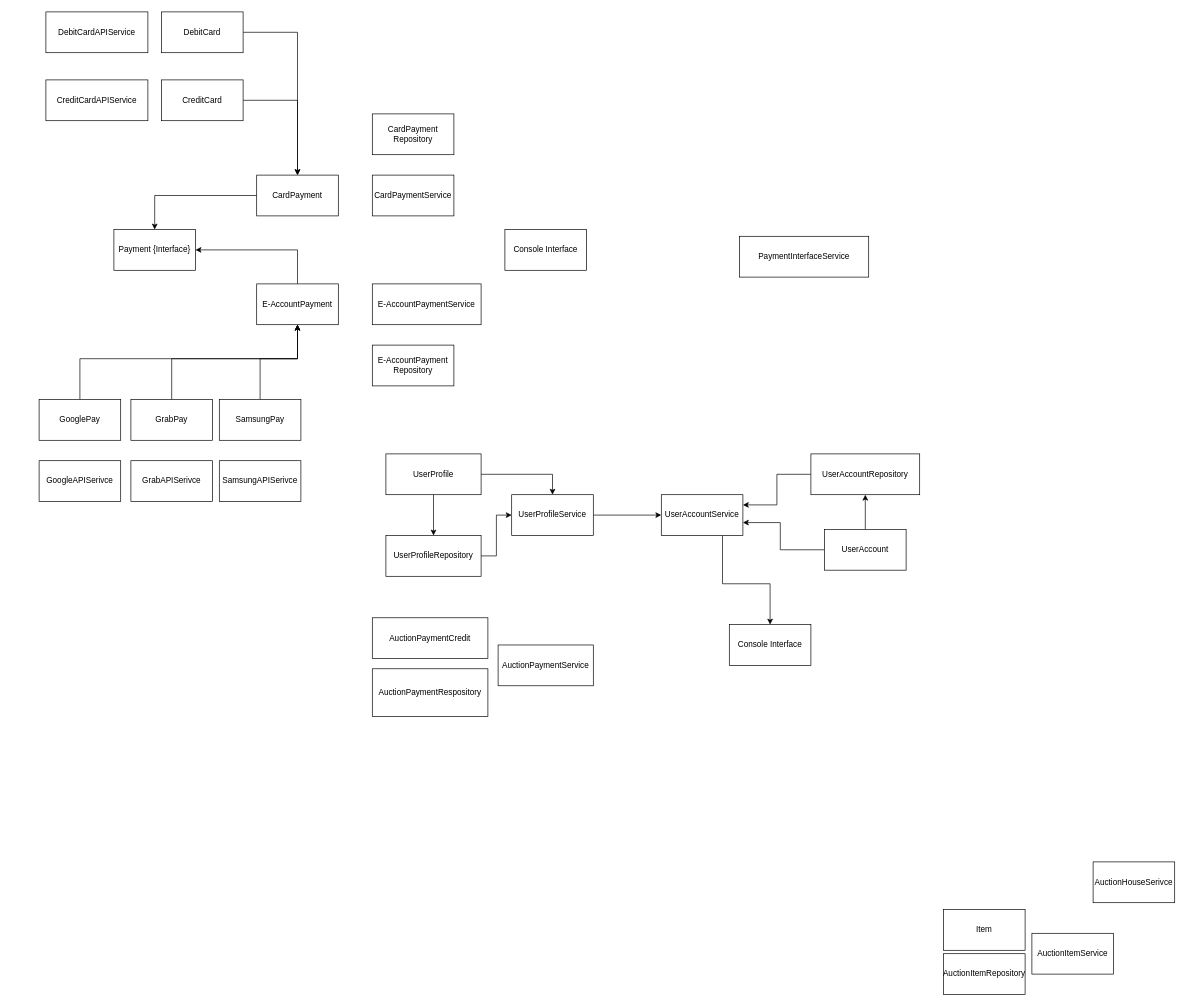
Above: page "Page-1" (1 of 2) of solid_principles/AuctionHouse.drawio in csyviroy/java-programming (draw.io), before the change. Source tidied: cells renumbered, new cells numbered last; positions are measured from the earlier drawing's top-left corner, leaving out a move shared by most shapes. Both pictures are drawn from the tidied source at 68%, with x=0, y=0 at pixel (39, 12).
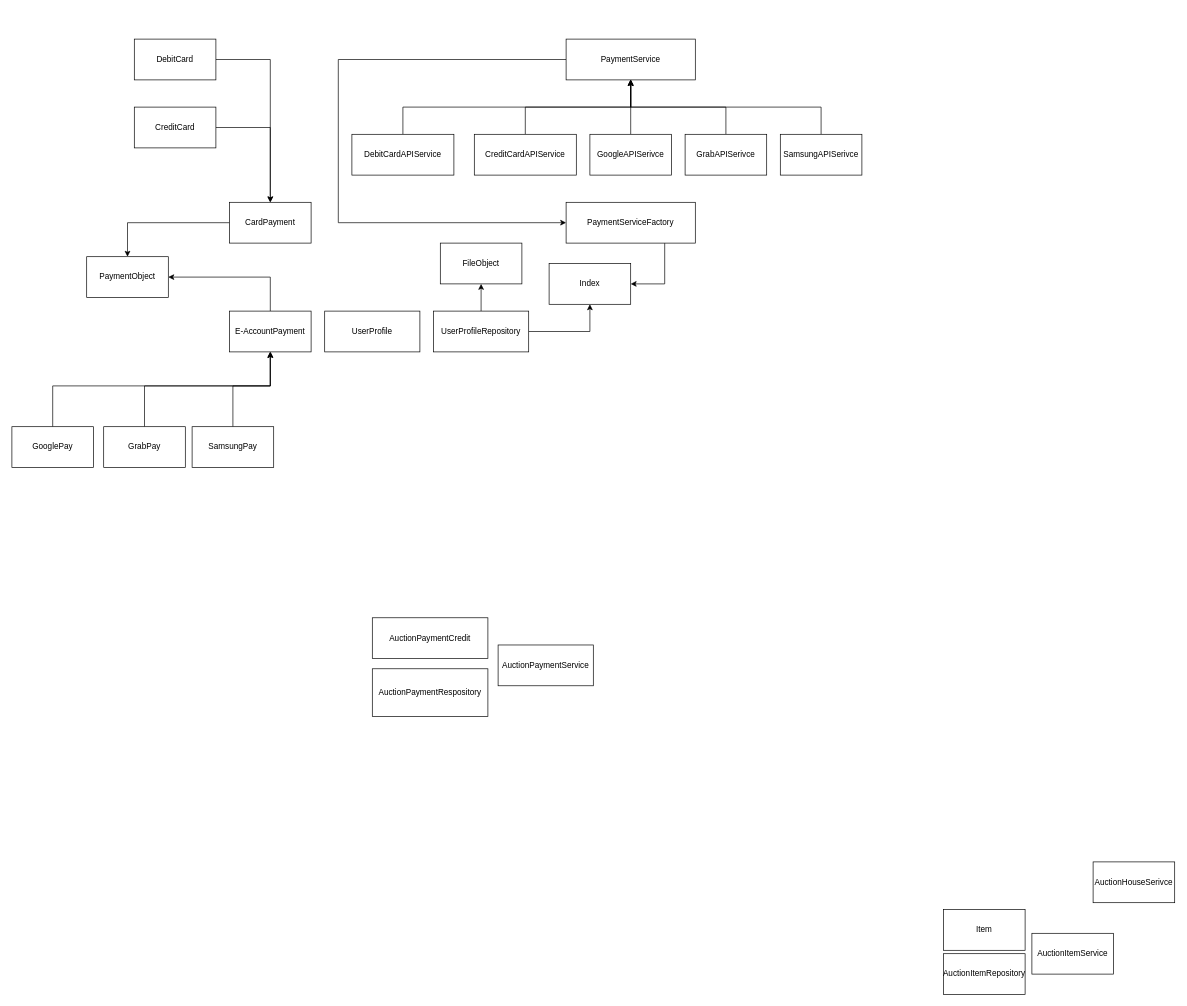
Above is the later version.

Diff of the diagram source:
```diff
@@
-    <mxCell id="2" style="edgeStyle=orthogonalEdgeStyle;rounded=0;jettySize=auto;html=1;entryX=0.5;entryY=0;entryDx=0;entryDy=0;" parent="1" edge="1" source="4" target="17">
-      <mxGeometry relative="1" as="geometry" />
-    </mxCell>
-    <mxCell id="3" style="edgeStyle=orthogonalEdgeStyle;rounded=0;jettySize=auto;html=1;entryX=0.5;entryY=0;entryDx=0;entryDy=0;" parent="1" edge="1" source="4" target="6">
-      <mxGeometry relative="1" as="geometry" />
-    </mxCell>
     <mxCell id="4" value="UserProfile" style="rounded=0;whiteSpace=wrap;html=1;" parent="1" vertex="1">
-      <mxGeometry x="510" y="650" width="140" height="60" as="geometry" />
+      <mxGeometry x="420" y="440" width="140" height="60" as="geometry" />
     </mxCell>
-    <mxCell id="5" style="edgeStyle=orthogonalEdgeStyle;rounded=0;jettySize=auto;html=1;entryX=0;entryY=0.5;entryDx=0;entryDy=0;startArrow=none;startFill=0;endArrow=classic;endFill=1;" parent="1" edge="1" source="6" target="12">
-      <mxGeometry relative="1" as="geometry" />
-    </mxCell>
-    <mxCell id="6" value="UserProfileService" style="rounded=0;whiteSpace=wrap;html=1;" parent="1" vertex="1">
-      <mxGeometry x="695" y="710" width="120" height="60" as="geometry" />
-    </mxCell>
@@
-    <mxCell id="11" style="edgeStyle=orthogonalEdgeStyle;rounded=0;jettySize=auto;html=1;" parent="1" edge="1" source="12" target="21">
-      <mxGeometry relative="1" as="geometry">
-        <Array as="points">
-          <mxPoint x="1005" y="841" />
-          <mxPoint x="1075" y="841" />
-        </Array>
-      </mxGeometry>
-    </mxCell>
-    <mxCell id="12" value="UserAccountService" style="whiteSpace=wrap;html=1;" parent="1" vertex="1">
-      <mxGeometry x="915" y="710" width="120" height="60" as="geometry" />
-    </mxCell>
@@
-    <mxCell id="16" style="edgeStyle=orthogonalEdgeStyle;rounded=0;jettySize=auto;html=1;" parent="1" edge="1" source="17" target="6">
-      <mxGeometry relative="1" as="geometry" />
-    </mxCell>
+    <mxCell id="50" style="edgeStyle=orthogonalEdgeStyle;rounded=0;jettySize=auto;html=1;" parent="1" edge="1" source="17" target="31">
+      <mxGeometry relative="1" as="geometry" />
+    </mxCell>
+    <mxCell id="51" style="edgeStyle=orthogonalEdgeStyle;rounded=0;jettySize=auto;html=1;" parent="1" edge="1" source="17" target="58">
+      <mxGeometry relative="1" as="geometry" />
+    </mxCell>
     <mxCell id="17" value="UserProfileRepository" style="rounded=0;whiteSpace=wrap;html=1;" parent="1" vertex="1">
-      <mxGeometry x="510" y="770" width="140" height="60" as="geometry" />
+      <mxGeometry x="580" y="440" width="140" height="60" as="geometry" />
     </mxCell>
-    <mxCell id="18" style="edgeStyle=orthogonalEdgeStyle;rounded=0;jettySize=auto;html=1;" parent="1" edge="1" source="20" target="12">
-      <mxGeometry relative="1" as="geometry">
-        <Array as="points">
-          <mxPoint x="1090" y="791" />
-          <mxPoint x="1090" y="751" />
-        </Array>
-      </mxGeometry>
-    </mxCell>
-    <mxCell id="19" style="edgeStyle=orthogonalEdgeStyle;rounded=0;jettySize=auto;html=1;" parent="1" edge="1" source="20" target="23">
-      <mxGeometry relative="1" as="geometry" />
-    </mxCell>
-    <mxCell id="20" value="UserAccount" style="whiteSpace=wrap;html=1;" parent="1" vertex="1">
-      <mxGeometry x="1155" y="761" width="120" height="60" as="geometry" />
-    </mxCell>
-    <mxCell id="21" value="Console Interface" style="whiteSpace=wrap;html=1;" parent="1" vertex="1">
-      <mxGeometry x="1015" y="901" width="120" height="60" as="geometry" />
-    </mxCell>
-    <mxCell id="22" style="edgeStyle=orthogonalEdgeStyle;rounded=0;jettySize=auto;html=1;entryX=1;entryY=0.25;entryDx=0;entryDy=0;" parent="1" edge="1" source="23" target="12">
-      <mxGeometry relative="1" as="geometry" />
-    </mxCell>
-    <mxCell id="23" value="UserAccountRepository" style="whiteSpace=wrap;html=1;" parent="1" vertex="1">
-      <mxGeometry x="1135" y="650" width="160" height="60" as="geometry" />
-    </mxCell>
+    <mxCell id="52" style="edgeStyle=orthogonalEdgeStyle;rounded=0;jettySize=auto;html=1;" parent="1" edge="1" source="24" target="49">
+      <mxGeometry relative="1" as="geometry">
+        <Array as="points">
+          <mxPoint x="535" y="140" />
+          <mxPoint x="870" y="140" />
+        </Array>
+      </mxGeometry>
+    </mxCell>
     <mxCell id="24" value="DebitCardAPIService" style="whiteSpace=wrap;html=1;" parent="1" vertex="1">
-      <mxGeometry x="10" width="150" height="60" as="geometry" />
+      <mxGeometry x="460" y="180" width="150" height="60" as="geometry" />
     </mxCell>
@@
     <mxCell id="26" value="CardPayment" style="whiteSpace=wrap;html=1;" parent="1" vertex="1">
-      <mxGeometry x="320" y="240" width="120" height="60" as="geometry" />
+      <mxGeometry x="280" y="280" width="120" height="60" as="geometry" />
     </mxCell>
     <mxCell id="27" style="edgeStyle=orthogonalEdgeStyle;rounded=0;jettySize=auto;html=1;entryX=1;entryY=0.5;entryDx=0;entryDy=0;" parent="1" edge="1" source="28" target="30">
       <mxGeometry relative="1" as="geometry">
         <Array as="points">
-          <mxPoint x="380" y="350" />
+          <mxPoint x="340" y="390" />
         </Array>
       </mxGeometry>
     </mxCell>
     <mxCell id="28" value="E-AccountPayment" style="whiteSpace=wrap;html=1;" parent="1" vertex="1">
-      <mxGeometry x="320" y="400" width="120" height="60" as="geometry" />
+      <mxGeometry x="280" y="440" width="120" height="60" as="geometry" />
     </mxCell>
+    <mxCell id="53" style="edgeStyle=orthogonalEdgeStyle;rounded=0;jettySize=auto;html=1;entryX=0.5;entryY=1;entryDx=0;entryDy=0;" parent="1" edge="1" source="29" target="49">
+      <mxGeometry relative="1" as="geometry" />
+    </mxCell>
     <mxCell id="29" value="GoogleAPISerivce" style="whiteSpace=wrap;html=1;" parent="1" vertex="1">
-      <mxGeometry y="660" width="120" height="60" as="geometry" />
+      <mxGeometry x="810" y="180" width="120" height="60" as="geometry" />
     </mxCell>
-    <mxCell id="30" value="Payment {Interface}" style="whiteSpace=wrap;html=1;" parent="1" vertex="1">
-      <mxGeometry x="110" y="320" width="120" height="60" as="geometry" />
+    <mxCell id="30" value="PaymentObject" style="whiteSpace=wrap;html=1;" parent="1" vertex="1">
+      <mxGeometry x="70" y="360" width="120" height="60" as="geometry" />
     </mxCell>
-    <mxCell id="31" value="Console Interface" style="whiteSpace=wrap;html=1;" parent="1" vertex="1">
-      <mxGeometry x="685" y="320" width="120" height="60" as="geometry" />
+    <mxCell id="31" value="Index" style="whiteSpace=wrap;html=1;" parent="1" vertex="1">
+      <mxGeometry x="750" y="370" width="120" height="60" as="geometry" />
     </mxCell>
@@
     <mxCell id="33" value="DebitCard" style="whiteSpace=wrap;html=1;" parent="1" vertex="1">
-      <mxGeometry x="180" width="120" height="60" as="geometry" />
+      <mxGeometry x="140" y="40" width="120" height="60" as="geometry" />
     </mxCell>
@@
     <mxCell id="35" value="CreditCard" style="whiteSpace=wrap;html=1;" parent="1" vertex="1">
-      <mxGeometry x="180" y="100" width="120" height="60" as="geometry" />
+      <mxGeometry x="140" y="140" width="120" height="60" as="geometry" />
     </mxCell>
+    <mxCell id="54" style="edgeStyle=orthogonalEdgeStyle;rounded=0;jettySize=auto;html=1;" parent="1" edge="1" source="36" target="49">
+      <mxGeometry relative="1" as="geometry" />
+    </mxCell>
     <mxCell id="36" value="CreditCardAPIService" style="whiteSpace=wrap;html=1;" parent="1" vertex="1">
-      <mxGeometry x="10" y="100" width="150" height="60" as="geometry" />
+      <mxGeometry x="640" y="180" width="150" height="60" as="geometry" />
     </mxCell>
     <mxCell id="37" style="edgeStyle=orthogonalEdgeStyle;rounded=0;jettySize=auto;html=1;" parent="1" edge="1" source="38" target="28">
       <mxGeometry relative="1" as="geometry">
         <Array as="points">
-          <mxPoint x="60" y="510" />
-          <mxPoint x="380" y="510" />
+          <mxPoint x="20" y="550" />
+          <mxPoint x="340" y="550" />
         </Array>
       </mxGeometry>
     </mxCell>
     <mxCell id="38" value="GooglePay" style="whiteSpace=wrap;html=1;" parent="1" vertex="1">
-      <mxGeometry y="570" width="120" height="60" as="geometry" />
+      <mxGeometry x="-40" y="610" width="120" height="60" as="geometry" />
     </mxCell>
     <mxCell id="39" style="edgeStyle=orthogonalEdgeStyle;rounded=0;jettySize=auto;html=1;" parent="1" edge="1" source="40" target="28">
       <mxGeometry relative="1" as="geometry">
         <Array as="points">
-          <mxPoint x="195" y="510" />
-          <mxPoint x="380" y="510" />
+          <mxPoint x="155" y="550" />
+          <mxPoint x="340" y="550" />
         </Array>
       </mxGeometry>
     </mxCell>
     <mxCell id="40" value="GrabPay" style="whiteSpace=wrap;html=1;" parent="1" vertex="1">
-      <mxGeometry x="135" y="570" width="120" height="60" as="geometry" />
+      <mxGeometry x="95" y="610" width="120" height="60" as="geometry" />
     </mxCell>
     <mxCell id="41" style="edgeStyle=orthogonalEdgeStyle;rounded=0;jettySize=auto;html=1;entryX=0.5;entryY=1;entryDx=0;entryDy=0;" parent="1" edge="1" source="42" target="28">
       <mxGeometry relative="1" as="geometry">
         <Array as="points">
-          <mxPoint x="325" y="510" />
-          <mxPoint x="380" y="510" />
+          <mxPoint x="285" y="550" />
+          <mxPoint x="340" y="550" />
         </Array>
       </mxGeometry>
     </mxCell>
     <mxCell id="42" value="SamsungPay" style="whiteSpace=wrap;html=1;" parent="1" vertex="1">
-      <mxGeometry x="265" y="570" width="120" height="60" as="geometry" />
+      <mxGeometry x="225" y="610" width="120" height="60" as="geometry" />
     </mxCell>
+    <mxCell id="55" style="edgeStyle=orthogonalEdgeStyle;rounded=0;jettySize=auto;html=1;" parent="1" edge="1" source="43" target="49">
+      <mxGeometry relative="1" as="geometry" />
+    </mxCell>
     <mxCell id="43" value="GrabAPISerivce" style="whiteSpace=wrap;html=1;" parent="1" vertex="1">
-      <mxGeometry x="135" y="660" width="120" height="60" as="geometry" />
+      <mxGeometry x="950" y="180" width="120" height="60" as="geometry" />
     </mxCell>
+    <mxCell id="56" style="edgeStyle=orthogonalEdgeStyle;rounded=0;jettySize=auto;html=1;entryX=0.5;entryY=1;entryDx=0;entryDy=0;" parent="1" edge="1" source="44" target="49">
+      <mxGeometry relative="1" as="geometry">
+        <Array as="points">
+          <mxPoint x="1150" y="140" />
+          <mxPoint x="870" y="140" />
+        </Array>
+      </mxGeometry>
+    </mxCell>
     <mxCell id="44" value="SamsungAPISerivce" style="whiteSpace=wrap;html=1;" parent="1" vertex="1">
-      <mxGeometry x="265" y="660" width="120" height="60" as="geometry" />
+      <mxGeometry x="1090" y="180" width="120" height="60" as="geometry" />
     </mxCell>
-    <mxCell id="45" value="CardPayment Repository" style="whiteSpace=wrap;html=1;" parent="1" vertex="1">
-      <mxGeometry x="490" y="150" width="120" height="60" as="geometry" />
-    </mxCell>
-    <mxCell id="46" value="E-AccountPayment Repository" style="whiteSpace=wrap;html=1;" parent="1" vertex="1">
-      <mxGeometry x="490" y="490" width="120" height="60" as="geometry" />
-    </mxCell>
-    <mxCell id="47" value="CardPaymentService" style="whiteSpace=wrap;html=1;" parent="1" vertex="1">
-      <mxGeometry x="490" y="240" width="120" height="60" as="geometry" />
-    </mxCell>
-    <mxCell id="48" value="E-AccountPaymentService" style="whiteSpace=wrap;html=1;" parent="1" vertex="1">
-      <mxGeometry x="490" y="400" width="160" height="60" as="geometry" />
-    </mxCell>
+    <mxCell id="57" style="edgeStyle=orthogonalEdgeStyle;rounded=0;jettySize=auto;html=1;entryX=0;entryY=0.5;entryDx=0;entryDy=0;" parent="1" edge="1" source="49" target="60">
+      <mxGeometry relative="1" as="geometry">
+        <Array as="points">
+          <mxPoint x="440" y="70" />
+          <mxPoint x="440" y="310" />
+        </Array>
+      </mxGeometry>
+    </mxCell>
-    <mxCell id="49" value="PaymentInterfaceService" style="whiteSpace=wrap;html=1;" parent="1" vertex="1">
-      <mxGeometry x="1030" y="330" width="190" height="60" as="geometry" />
+    <mxCell id="49" value="PaymentService" style="whiteSpace=wrap;html=1;" parent="1" vertex="1">
+      <mxGeometry x="775" y="40" width="190" height="60" as="geometry" />
     </mxCell>
+    <mxCell id="58" value="FileObject" style="whiteSpace=wrap;html=1;" parent="1" vertex="1">
+      <mxGeometry x="590" y="340" width="120" height="60" as="geometry" />
+    </mxCell>
+    <mxCell id="59" style="edgeStyle=orthogonalEdgeStyle;rounded=0;jettySize=auto;html=1;entryX=1;entryY=0.5;entryDx=0;entryDy=0;" parent="1" edge="1" source="60" target="31">
+      <mxGeometry relative="1" as="geometry">
+        <Array as="points">
+          <mxPoint x="920" y="400" />
+        </Array>
+      </mxGeometry>
+    </mxCell>
+    <mxCell id="60" value="PaymentServiceFactory" style="whiteSpace=wrap;html=1;" parent="1" vertex="1">
+      <mxGeometry x="775" y="280" width="190" height="60" as="geometry" />
+    </mxCell>
```
